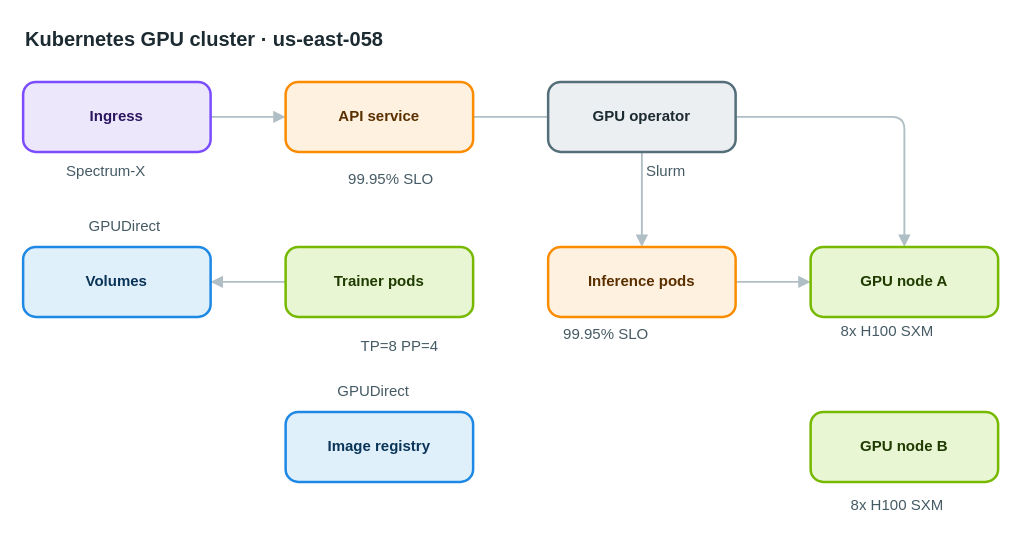
This is apps/web/public/samples/library/058-kubernetes-gpu-cluster.drawio from AryanG01/open-apprentice, a draw.io file, before an edit. Source tidied: cells renumbered, new cells numbered last; positions are measured from the earlier drawing's top-left corner, leaving out a move shared by most shapes. Both pictures are drawn from the tidied source at 125%, with x=0, y=0 at pixel (22, 21).
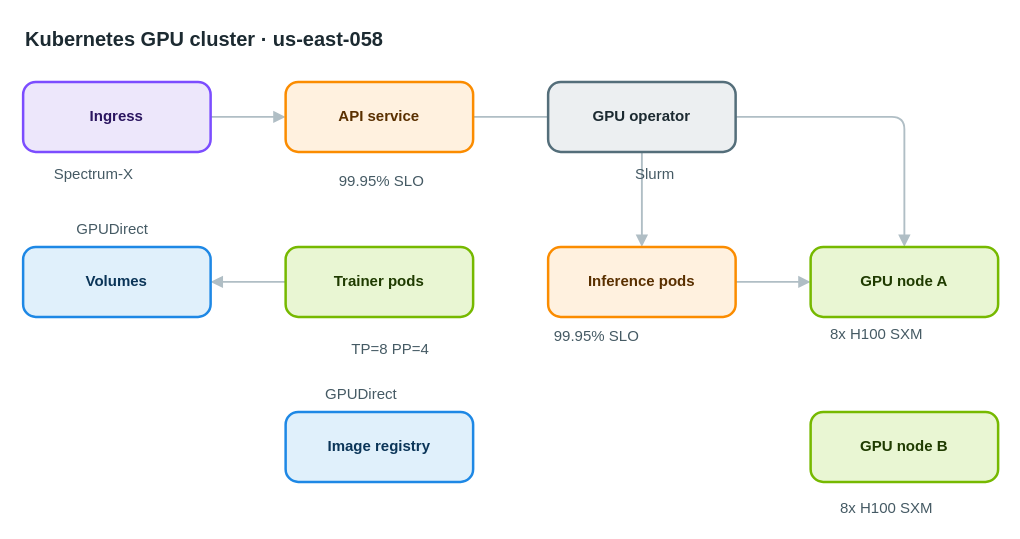
After the change.

Change to the diagram source:
```diff
@@
-    <mxCell id="17" value="Spectrum-X" style="text;html=1;align=center;verticalAlign=middle;whiteSpace=nowrap;strokeColor=none;fillColor=none;fontSize=12;fontColor=#455a64;" parent="1" vertex="1">
+    <mxCell id="17" value="Spectrum-X" style="text;html=1;align=left;verticalAlign=top;whiteSpace=nowrap;spacing=0;spacingTop=0;strokeColor=none;fillColor=none;fontSize=12;fontColor=#455a64;" parent="1" vertex="1">
       <mxGeometry x="25" y="110" width="82" height="20" as="geometry" />
     </mxCell>
-    <mxCell id="18" value="99.95% SLO" style="text;html=1;align=center;verticalAlign=middle;whiteSpace=nowrap;strokeColor=none;fillColor=none;fontSize=12;fontColor=#455a64;" parent="1" vertex="1">
+    <mxCell id="18" value="99.95% SLO" style="text;html=1;align=left;verticalAlign=top;whiteSpace=nowrap;spacing=0;spacingTop=0;strokeColor=none;fillColor=none;fontSize=12;fontColor=#455a64;" parent="1" vertex="1">
       <mxGeometry x="253" y="116" width="82" height="20" as="geometry" />
     </mxCell>
-    <mxCell id="19" value="Slurm" style="text;html=1;align=center;verticalAlign=middle;whiteSpace=nowrap;strokeColor=none;fillColor=none;fontSize=12;fontColor=#455a64;" parent="1" vertex="1">
+    <mxCell id="19" value="Slurm" style="text;html=1;align=left;verticalAlign=top;whiteSpace=nowrap;spacing=0;spacingTop=0;strokeColor=none;fillColor=none;fontSize=12;fontColor=#455a64;" parent="1" vertex="1">
       <mxGeometry x="490" y="110" width="47" height="20" as="geometry" />
     </mxCell>
-    <mxCell id="20" value="TP=8 PP=4" style="text;html=1;align=center;verticalAlign=middle;whiteSpace=nowrap;strokeColor=none;fillColor=none;fontSize=12;fontColor=#455a64;" parent="1" vertex="1">
+    <mxCell id="20" value="TP=8 PP=4" style="text;html=1;align=left;verticalAlign=top;whiteSpace=nowrap;spacing=0;spacingTop=0;strokeColor=none;fillColor=none;fontSize=12;fontColor=#455a64;" parent="1" vertex="1">
       <mxGeometry x="263" y="250" width="75" height="20" as="geometry" />
     </mxCell>
-    <mxCell id="21" value="99.95% SLO" style="text;html=1;align=center;verticalAlign=middle;whiteSpace=nowrap;strokeColor=none;fillColor=none;fontSize=12;fontColor=#455a64;" parent="1" vertex="1">
+    <mxCell id="21" value="99.95% SLO" style="text;html=1;align=left;verticalAlign=top;whiteSpace=nowrap;spacing=0;spacingTop=0;strokeColor=none;fillColor=none;fontSize=12;fontColor=#455a64;" parent="1" vertex="1">
       <mxGeometry x="425" y="240" width="82" height="20" as="geometry" />
     </mxCell>
-    <mxCell id="22" value="8x H100 SXM" style="text;html=1;align=center;verticalAlign=middle;whiteSpace=nowrap;strokeColor=none;fillColor=none;fontSize=12;fontColor=#455a64;" parent="1" vertex="1">
+    <mxCell id="22" value="8x H100 SXM" style="text;html=1;align=left;verticalAlign=top;whiteSpace=nowrap;spacing=0;spacingTop=0;strokeColor=none;fillColor=none;fontSize=12;fontColor=#455a64;" parent="1" vertex="1">
       <mxGeometry x="646" y="238" width="89" height="20" as="geometry" />
     </mxCell>
-    <mxCell id="23" value="8x H100 SXM" style="text;html=1;align=center;verticalAlign=middle;whiteSpace=nowrap;strokeColor=none;fillColor=none;fontSize=12;fontColor=#455a64;" parent="1" vertex="1">
+    <mxCell id="23" value="8x H100 SXM" style="text;html=1;align=left;verticalAlign=top;whiteSpace=nowrap;spacing=0;spacingTop=0;strokeColor=none;fillColor=none;fontSize=12;fontColor=#455a64;" parent="1" vertex="1">
       <mxGeometry x="654" y="377" width="89" height="20" as="geometry" />
     </mxCell>
-    <mxCell id="24" value="GPUDirect" style="text;html=1;align=center;verticalAlign=middle;whiteSpace=nowrap;strokeColor=none;fillColor=none;fontSize=12;fontColor=#455a64;" parent="1" vertex="1">
+    <mxCell id="24" value="GPUDirect" style="text;html=1;align=left;verticalAlign=top;whiteSpace=nowrap;spacing=0;spacingTop=0;strokeColor=none;fillColor=none;fontSize=12;fontColor=#455a64;" parent="1" vertex="1">
       <mxGeometry x="43" y="154" width="75" height="20" as="geometry" />
     </mxCell>
-    <mxCell id="25" value="GPUDirect" style="text;html=1;align=center;verticalAlign=middle;whiteSpace=nowrap;strokeColor=none;fillColor=none;fontSize=12;fontColor=#455a64;" parent="1" vertex="1">
+    <mxCell id="25" value="GPUDirect" style="text;html=1;align=left;verticalAlign=top;whiteSpace=nowrap;spacing=0;spacingTop=0;strokeColor=none;fillColor=none;fontSize=12;fontColor=#455a64;" parent="1" vertex="1">
       <mxGeometry x="242" y="286" width="75" height="20" as="geometry" />
     </mxCell>
```
